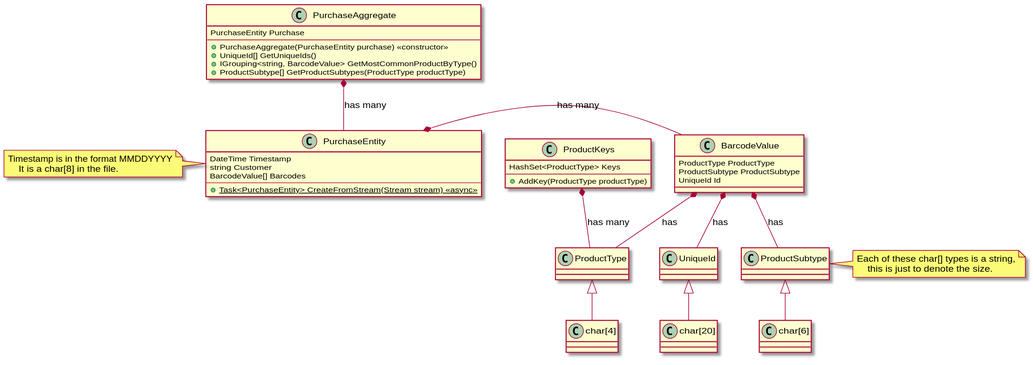
Above: docs/classStructure.svg in aholmes/2020-InterviewRound3 (PlantUML), before the change.
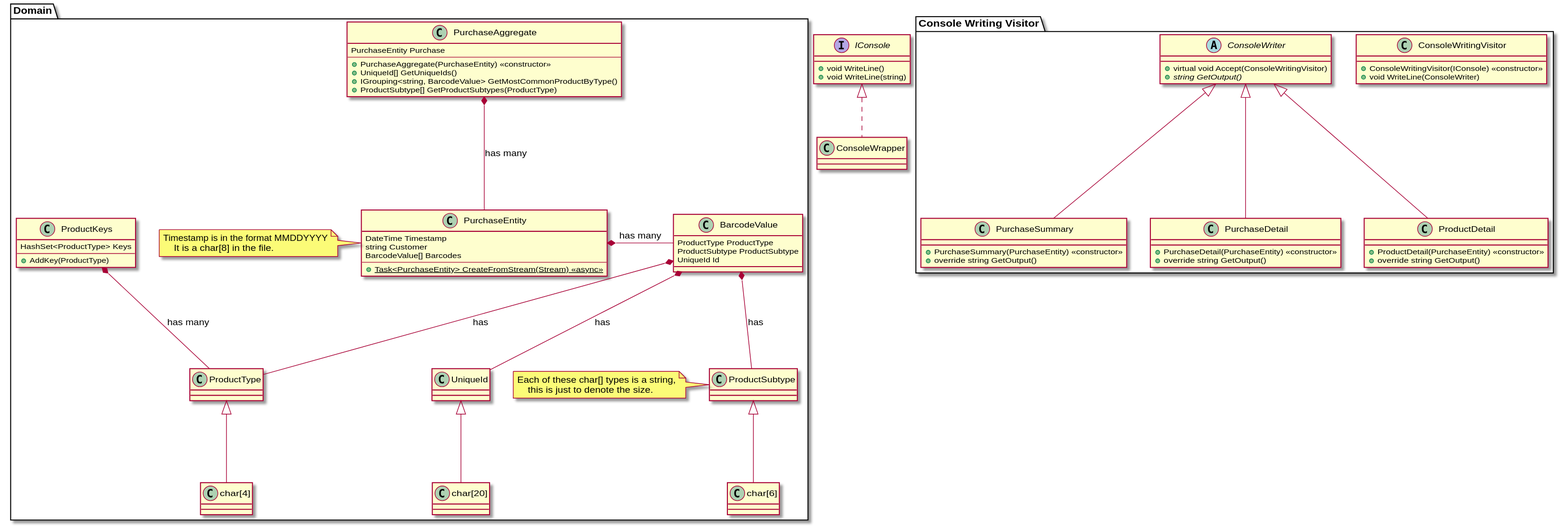
The same file after the commit.

Commit message:
Update UML with Visitor classes and Console wrapper

What changed in the source:
```diff
@@ -1,57 +1,88 @@
 @startuml
+package "Domain" as Domain {
+    class ProductKeys {
+        HashSet<ProductType> Keys
+        --
+        +AddKey(ProductType)
+    }
 
-class ProductKeys {
-    HashSet<ProductType> Keys
-    --
-    +AddKey(ProductType productType)
+    class PurchaseEntity {
+        DateTime Timestamp
+        string Customer
+        BarcodeValue[] Barcodes
+        --
+        {static} +Task<PurchaseEntity> CreateFromStream(Stream) <<async>>
+    }
+    note left
+    Timestamp is in the format MMDDYYYY
+        It is a char[8] in the file.
+    end note
+
+    class PurchaseAggregate {
+        PurchaseEntity Purchase
+        --
+        +PurchaseAggregate(PurchaseEntity) <<constructor>>
+        +UniqueId[] GetUniqueIds()
+        +IGrouping<string, BarcodeValue> GetMostCommonProductByType()
+        +ProductSubtype[] GetProductSubtypes(ProductType)
+    }
+
+    class "char[4]" as char4
+    class "char[6]" as char6
+    class "char[20]" as char20
+
+    ProductType <|-- char4
+    ProductSubtype <|-- char6
+    UniqueId <|-- char20
+    note left of ProductSubtype
+    Each of these char[] types is a string,
+        this is just to denote the size.
+    end note
+
+    class BarcodeValue {
+        ProductType ProductType
+        ProductSubtype ProductSubtype
+        UniqueId Id
+    }
+
+    BarcodeValue *-- ProductType : has
+    BarcodeValue *-- ProductSubtype : has
+    BarcodeValue *-- UniqueId : has
+
+    ProductKeys *-- ProductType : has many
+
+    PurchaseEntity *- BarcodeValue : has many
+
+    PurchaseAggregate *-- PurchaseEntity : has many
 }
 
-class PurchaseEntity {
-    DateTime Timestamp
-    string Customer
-    BarcodeValue[] Barcodes
-    --
-    {static} +Task<PurchaseEntity> CreateFromStream(Stream stream) <<async>>
-}
-note left
-Timestamp is in the format MMDDYYYY
-    It is a char[8] in the file.
-end note
-
-class PurchaseAggregate {
-    PurchaseEntity Purchase
-    --
-    +PurchaseAggregate(PurchaseEntity purchase) <<constructor>>
-    +UniqueId[] GetUniqueIds()
-    +IGrouping<string, BarcodeValue> GetMostCommonProductByType()
-    +ProductSubtype[] GetProductSubtypes(ProductType productType)
+package "Console Writing Visitor" as ConsoleWritingVisitor {
+    class ConsoleWritingVisitor {
+        +ConsoleWritingVisitor(IConsole) <<constructor>>
+        +void WriteLine(ConsoleWriter)
+    }
+    abstract class ConsoleWriter {
+        +virtual void Accept(ConsoleWritingVisitor)
+        +{abstract} string GetOutput()
+    }
+    class PurchaseSummary extends ConsoleWriter {
+        +PurchaseSummary(PurchaseEntity) <<constructor>>
+        +override string GetOutput()
+    }
+    class PurchaseDetail extends ConsoleWriter {
+        +PurchaseDetail(PurchaseEntity) <<constructor>>
+        +override string GetOutput()
+    }
+    class ProductDetail extends ConsoleWriter {
+        +ProductDetail(PurchaseEntity) <<constructor>>
+        +override string GetOutput()
+    }
 }
 
-class "char[4]" as char4
-class "char[6]" as char6
-class "char[20]" as char20
-
-ProductType <|-- char4
-ProductSubtype <|-- char6
-UniqueId <|-- char20
-note right of ProductSubtype
-Each of these char[] types is a string,
-    this is just to denote the size.
-end note
-
-class BarcodeValue {
-    ProductType ProductType
-    ProductSubtype ProductSubtype
-    UniqueId Id
+interface IConsole {
+    +void WriteLine()
+    +void WriteLine(string)
 }
 
-BarcodeValue *-- ProductType : has
-BarcodeValue *-- ProductSubtype : has
-BarcodeValue *-- UniqueId : has
-
-ProductKeys *-- ProductType : has many
-
-PurchaseEntity *- BarcodeValue : has many
-
-PurchaseAggregate *-- PurchaseEntity : has many
+class ConsoleWrapper implements IConsole
 @enduml
```
